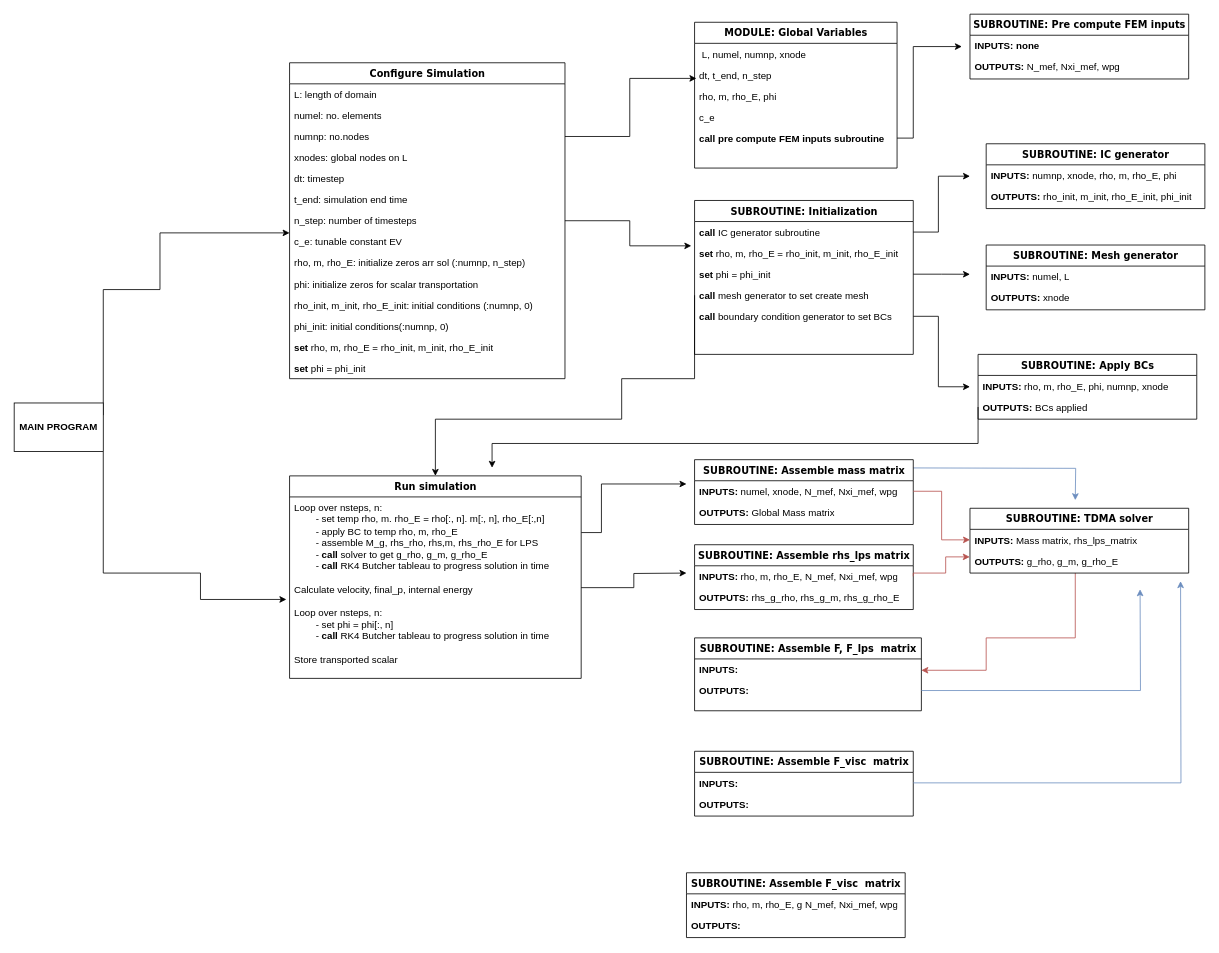
cstylianou98/fortran_compressible_NS keeps this draw.io diagram as Untitled Diagram.drawio. Above is the earlier version. Source tidied: cells renumbered, new cells numbered last; positions are measured from the earlier drawing's top-left corner, leaving out a move shared by most shapes. Both pictures are drawn from the tidied source at 81%, with x=0, y=0 at pixel (14, 14).
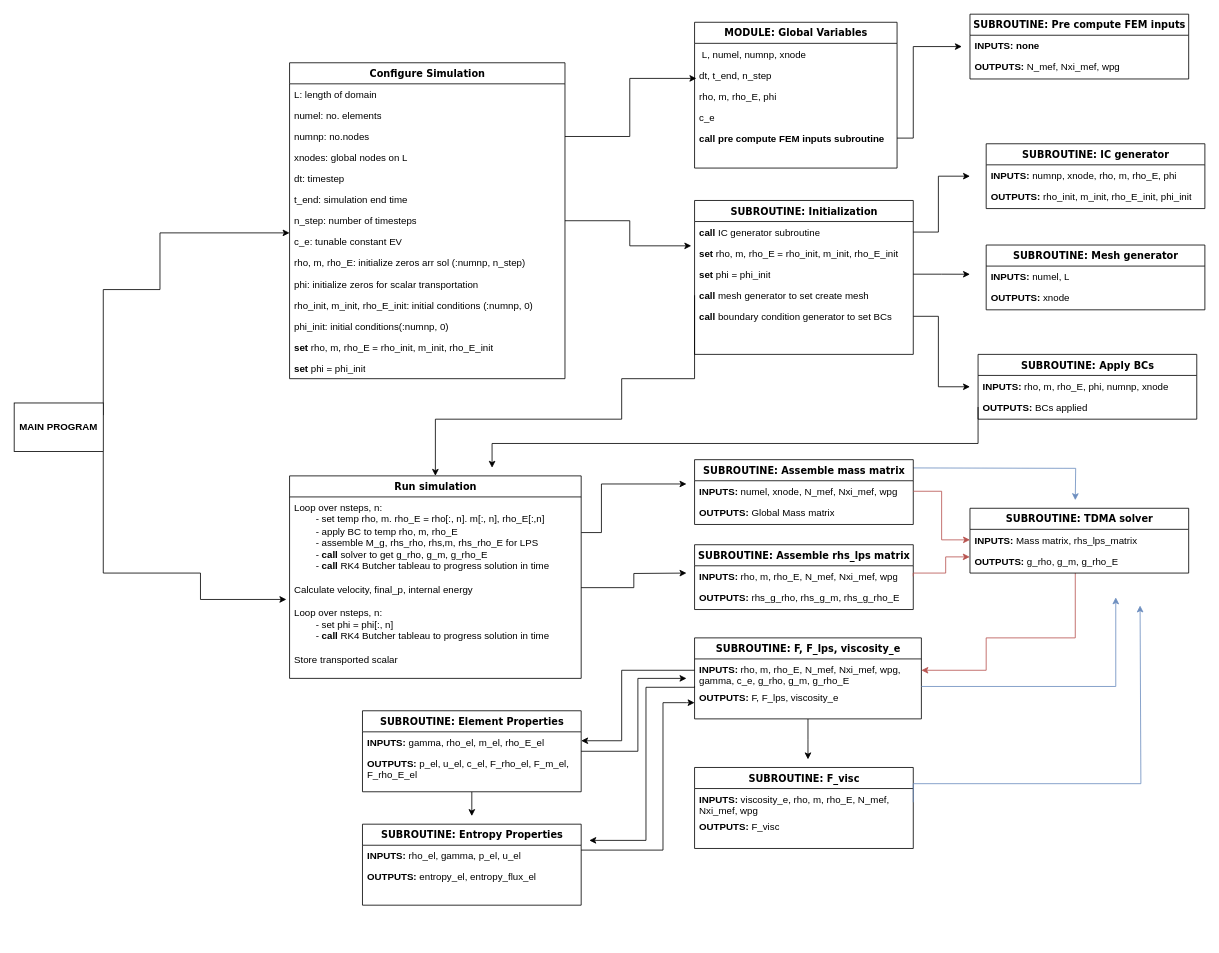
After the change.

Change to the diagram source:
```diff
@@
-    <mxCell id="60" value="SUBROUTINE: Assemble F_visc&amp;nbsp; matrix" style="swimlane;html=1;fontStyle=1;align=center;verticalAlign=top;horizontal=1;startSize=26;swimlaneFillColor=#ffffff;rounded=0;shadow=0;comic=0;labelBackgroundColor=none;strokeWidth=1;fillColor=none;fontFamily=Verdana;fontSize=12;" parent="1" vertex="1">
-      <mxGeometry x="830" y="1060" width="270" height="80" as="geometry" />
-    </mxCell>
-    <mxCell id="61" value="&lt;b&gt;INPUTS: &lt;/b&gt;rho, m, rho_E, g N_mef, Nxi_mef, wpg" style="text;html=1;strokeColor=none;fillColor=none;align=left;verticalAlign=top;spacingLeft=4;spacingRight=4;whiteSpace=wrap;overflow=hidden;" parent="60" vertex="1">
-      <mxGeometry y="26" width="270" height="26" as="geometry" />
-    </mxCell>
-    <mxCell id="62" value="&lt;b&gt;OUTPUTS:&lt;/b&gt;" style="text;html=1;strokeColor=none;fillColor=none;align=left;verticalAlign=top;spacingLeft=4;spacingRight=4;whiteSpace=wrap;overflow=hidden;" parent="60" vertex="1">
-      <mxGeometry y="52" width="270" height="26" as="geometry" />
-    </mxCell>
@@
+    <mxCell id="80" style="edgeStyle=orthogonalEdgeStyle;rounded=0;jettySize=auto;html=1;" parent="1" edge="1" source="72">
+      <mxGeometry relative="1" as="geometry">
+        <mxPoint x="980" y="920" as="targetPoint" />
+      </mxGeometry>
+    </mxCell>
-    <mxCell id="72" value="SUBROUTINE: Assemble F, F_lps&amp;nbsp; matrix" style="swimlane;html=1;fontStyle=1;align=center;verticalAlign=top;horizontal=1;startSize=26;swimlaneFillColor=#ffffff;rounded=0;shadow=0;comic=0;labelBackgroundColor=none;strokeWidth=1;fillColor=none;fontFamily=Verdana;fontSize=12;" parent="1" vertex="1">
-      <mxGeometry x="840" y="770" width="280" height="90" as="geometry" />
+    <mxCell id="72" value="SUBROUTINE: F, F_lps, viscosity_e" style="swimlane;html=1;fontStyle=1;align=center;verticalAlign=top;horizontal=1;startSize=26;swimlaneFillColor=#ffffff;rounded=0;shadow=0;comic=0;labelBackgroundColor=none;strokeWidth=1;fillColor=none;fontFamily=Verdana;fontSize=12;" parent="1" vertex="1">
+      <mxGeometry x="840" y="770" width="280" height="100" as="geometry" />
     </mxCell>
-    <mxCell id="73" value="&lt;b&gt;INPUTS:&amp;nbsp;&lt;/b&gt;" style="text;html=1;strokeColor=none;fillColor=none;align=left;verticalAlign=top;spacingLeft=4;spacingRight=4;whiteSpace=wrap;overflow=hidden;" parent="72" vertex="1">
-      <mxGeometry y="26" width="280" height="26" as="geometry" />
+    <mxCell id="73" value="&lt;b&gt;INPUTS: &lt;/b&gt;rho, m, rho_E, N_mef, Nxi_mef, wpg, gamma, c_e, g_rho, g_m, g_rho_E" style="text;html=1;strokeColor=none;fillColor=none;align=left;verticalAlign=top;spacingLeft=4;spacingRight=4;whiteSpace=wrap;overflow=hidden;" parent="72" vertex="1">
+      <mxGeometry y="26" width="280" height="34" as="geometry" />
     </mxCell>
     <mxCell id="74" style="edgeStyle=orthogonalEdgeStyle;rounded=0;jettySize=auto;html=1;fillColor=#dae8fc;strokeColor=#6c8ebf;" parent="72" edge="1" source="75">
       <mxGeometry relative="1" as="geometry">
-        <mxPoint x="550" y="-60" as="targetPoint" />
+        <mxPoint x="520" y="-50" as="targetPoint" />
+        <Array as="points">
+          <mxPoint x="520" y="60" />
+        </Array>
       </mxGeometry>
     </mxCell>
-    <mxCell id="75" value="&lt;b&gt;OUTPUTS:&lt;/b&gt;" style="text;html=1;strokeColor=none;fillColor=none;align=left;verticalAlign=top;spacingLeft=4;spacingRight=4;whiteSpace=wrap;overflow=hidden;points=[[0,0.5],[1,0.5]];portConstraint=eastwest;" parent="72" vertex="1">
-      <mxGeometry y="52" width="280" height="26" as="geometry" />
+    <mxCell id="75" value="&lt;b&gt;OUTPUTS: &lt;/b&gt;F, F_lps, viscosity_e" style="text;html=1;strokeColor=none;fillColor=none;align=left;verticalAlign=top;spacingLeft=4;spacingRight=4;whiteSpace=wrap;overflow=hidden;points=[[0,0.5],[1,0.5]];portConstraint=eastwest;" parent="72" vertex="1">
+      <mxGeometry y="60" width="280" height="26" as="geometry" />
     </mxCell>
-    <mxCell id="76" value="SUBROUTINE: Assemble F_visc&amp;nbsp; matrix" style="swimlane;html=1;fontStyle=1;align=center;verticalAlign=top;horizontal=1;startSize=26;swimlaneFillColor=#ffffff;rounded=0;shadow=0;comic=0;labelBackgroundColor=none;strokeWidth=1;fillColor=none;fontFamily=Verdana;fontSize=12;" parent="1" vertex="1">
-      <mxGeometry x="840" y="910" width="270" height="80" as="geometry" />
+    <mxCell id="76" value="SUBROUTINE: F_visc" style="swimlane;html=1;fontStyle=1;align=center;verticalAlign=top;horizontal=1;startSize=26;swimlaneFillColor=#ffffff;rounded=0;shadow=0;comic=0;labelBackgroundColor=none;strokeWidth=1;fillColor=none;fontFamily=Verdana;fontSize=12;" parent="1" vertex="1">
+      <mxGeometry x="840" y="930" width="270" height="100" as="geometry" />
     </mxCell>
     <mxCell id="77" style="edgeStyle=orthogonalEdgeStyle;rounded=0;jettySize=auto;html=1;exitX=1;exitY=0.5;exitDx=0;exitDy=0;fillColor=#dae8fc;strokeColor=#6c8ebf;" parent="76" edge="1" source="78">
       <mxGeometry relative="1" as="geometry">
-        <mxPoint x="600" y="-210" as="targetPoint" />
+        <mxPoint x="550" y="-200" as="targetPoint" />
+        <Array as="points">
+          <mxPoint x="270" y="20" />
+          <mxPoint x="551" y="20" />
+        </Array>
       </mxGeometry>
     </mxCell>
-    <mxCell id="78" value="&lt;b&gt;INPUTS:&amp;nbsp;&lt;/b&gt;" style="text;html=1;strokeColor=none;fillColor=none;align=left;verticalAlign=top;spacingLeft=4;spacingRight=4;whiteSpace=wrap;overflow=hidden;points=[[0,0.5],[1,0.5]];portConstraint=eastwest;" parent="76" vertex="1">
-      <mxGeometry y="26" width="270" height="26" as="geometry" />
+    <mxCell id="78" value="&lt;b&gt;INPUTS: &lt;/b&gt;viscosity_e,&lt;b&gt;&amp;nbsp;&lt;/b&gt;rho, m, rho_E, N_mef, Nxi_mef, wpg" style="text;html=1;strokeColor=none;fillColor=none;align=left;verticalAlign=top;spacingLeft=4;spacingRight=4;whiteSpace=wrap;overflow=hidden;points=[[0,0.5],[1,0.5]];portConstraint=eastwest;" parent="76" vertex="1">
+      <mxGeometry y="26" width="270" height="34" as="geometry" />
     </mxCell>
-    <mxCell id="79" value="&lt;b&gt;OUTPUTS:&lt;/b&gt;" style="text;html=1;strokeColor=none;fillColor=none;align=left;verticalAlign=top;spacingLeft=4;spacingRight=4;whiteSpace=wrap;overflow=hidden;" parent="76" vertex="1">
-      <mxGeometry y="52" width="270" height="26" as="geometry" />
+    <mxCell id="79" value="&lt;b&gt;OUTPUTS: &lt;/b&gt;F_visc" style="text;html=1;strokeColor=none;fillColor=none;align=left;verticalAlign=top;spacingLeft=4;spacingRight=4;whiteSpace=wrap;overflow=hidden;" parent="76" vertex="1">
+      <mxGeometry y="60" width="270" height="26" as="geometry" />
     </mxCell>
+    <mxCell id="81" style="edgeStyle=orthogonalEdgeStyle;rounded=0;jettySize=auto;html=1;" parent="1" edge="1" source="82">
+      <mxGeometry relative="1" as="geometry">
+        <mxPoint x="565" y="990" as="targetPoint" />
+      </mxGeometry>
+    </mxCell>
+    <mxCell id="82" value="SUBROUTINE: Element Properties" style="swimlane;html=1;fontStyle=1;align=center;verticalAlign=top;horizontal=1;startSize=26;swimlaneFillColor=#ffffff;rounded=0;shadow=0;comic=0;labelBackgroundColor=none;strokeWidth=1;fillColor=none;fontFamily=Verdana;fontSize=12;" parent="1" vertex="1">
+      <mxGeometry x="430" y="860" width="270" height="100" as="geometry" />
+    </mxCell>
+    <mxCell id="83" value="&lt;b&gt;INPUTS: &lt;/b&gt;gamma, rho_el, m_el, rho_E_el" style="text;html=1;strokeColor=none;fillColor=none;align=left;verticalAlign=top;spacingLeft=4;spacingRight=4;whiteSpace=wrap;overflow=hidden;" parent="82" vertex="1">
+      <mxGeometry y="26" width="270" height="26" as="geometry" />
+    </mxCell>
+    <mxCell id="84" value="&lt;b&gt;OUTPUTS:&lt;/b&gt; p_el, u_el, c_el, F_rho_el, F_m_el, F_rho_E_el" style="text;html=1;strokeColor=none;fillColor=none;align=left;verticalAlign=top;spacingLeft=4;spacingRight=4;whiteSpace=wrap;overflow=hidden;" parent="82" vertex="1">
+      <mxGeometry y="52" width="270" height="38" as="geometry" />
+    </mxCell>
+    <mxCell id="85" style="edgeStyle=orthogonalEdgeStyle;rounded=0;orthogonalLoop=1;jettySize=auto;html=1;" parent="1" edge="1">
+      <mxGeometry relative="1" as="geometry">
+        <mxPoint x="840" y="810" as="sourcePoint" />
+        <mxPoint x="700" y="897" as="targetPoint" />
+        <Array as="points">
+          <mxPoint x="750" y="810" />
+          <mxPoint x="750" y="897" />
+        </Array>
+      </mxGeometry>
+    </mxCell>
+    <mxCell id="86" style="edgeStyle=orthogonalEdgeStyle;rounded=0;orthogonalLoop=1;jettySize=auto;html=1;" parent="1" edge="1">
+      <mxGeometry relative="1" as="geometry">
+        <mxPoint x="700" y="910" as="sourcePoint" />
+        <mxPoint x="830" y="820" as="targetPoint" />
+        <Array as="points">
+          <mxPoint x="770" y="910" />
+          <mxPoint x="770" y="820" />
+          <mxPoint x="830" y="820" />
+        </Array>
+      </mxGeometry>
+    </mxCell>
+    <mxCell id="87" style="edgeStyle=orthogonalEdgeStyle;rounded=0;orthogonalLoop=1;jettySize=auto;html=1;" parent="1" edge="1">
+      <mxGeometry relative="1" as="geometry">
+        <mxPoint x="840" y="830" as="sourcePoint" />
+        <mxPoint x="710" y="1020" as="targetPoint" />
+        <Array as="points">
+          <mxPoint x="840" y="831" />
+          <mxPoint x="780" y="831" />
+          <mxPoint x="780" y="1020" />
+          <mxPoint x="710" y="1020" />
+        </Array>
+      </mxGeometry>
+    </mxCell>
+    <mxCell id="88" value="SUBROUTINE: Entropy Properties" style="swimlane;html=1;fontStyle=1;align=center;verticalAlign=top;horizontal=1;startSize=26;swimlaneFillColor=#ffffff;rounded=0;shadow=0;comic=0;labelBackgroundColor=none;strokeWidth=1;fillColor=none;fontFamily=Verdana;fontSize=12;" parent="1" vertex="1">
+      <mxGeometry x="430" y="1000" width="270" height="100" as="geometry" />
+    </mxCell>
+    <mxCell id="89" value="&lt;b&gt;INPUTS: &lt;/b&gt;rho_el, gamma, p_el, u_el" style="text;html=1;strokeColor=none;fillColor=none;align=left;verticalAlign=top;spacingLeft=4;spacingRight=4;whiteSpace=wrap;overflow=hidden;" parent="88" vertex="1">
+      <mxGeometry y="26" width="270" height="26" as="geometry" />
+    </mxCell>
+    <mxCell id="90" value="&lt;b&gt;OUTPUTS: &lt;/b&gt;entropy_el, entropy_flux_el" style="text;html=1;strokeColor=none;fillColor=none;align=left;verticalAlign=top;spacingLeft=4;spacingRight=4;whiteSpace=wrap;overflow=hidden;" parent="88" vertex="1">
+      <mxGeometry y="52" width="270" height="38" as="geometry" />
+    </mxCell>
+    <mxCell id="91" style="edgeStyle=orthogonalEdgeStyle;rounded=0;orthogonalLoop=1;jettySize=auto;html=1;" parent="1" edge="1">
+      <mxGeometry relative="1" as="geometry">
+        <mxPoint x="700" y="1032" as="sourcePoint" />
+        <mxPoint x="840" y="850" as="targetPoint" />
+        <Array as="points">
+          <mxPoint x="801" y="1032" />
+          <mxPoint x="801" y="850" />
+          <mxPoint x="830" y="850" />
+        </Array>
+      </mxGeometry>
+    </mxCell>
```
